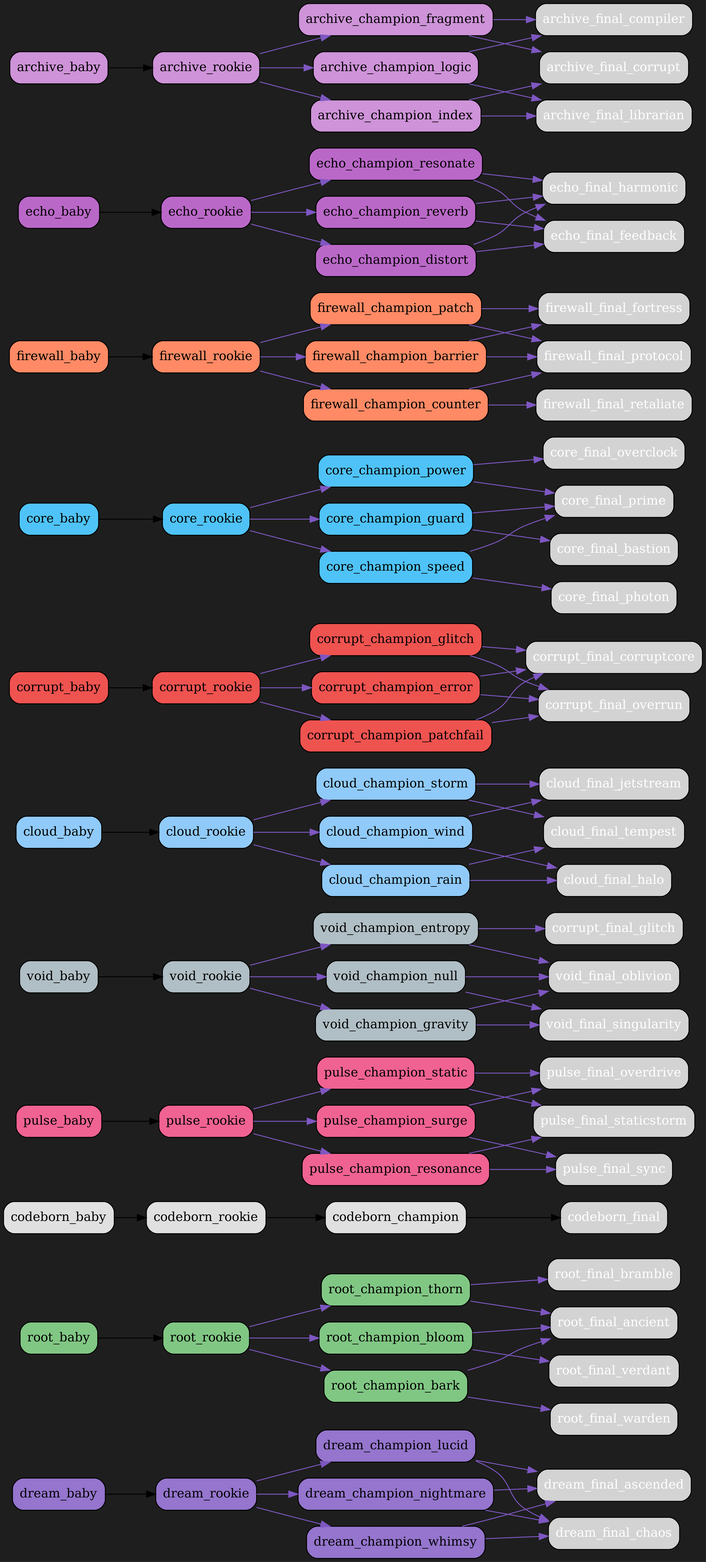
This is src/netgrid/systems/evolution/graphs/dark/evolution_graph_dark.png from bwlight/NetGrid, a Graphviz export, as it was before one commit. Its source is kept beside it as src/netgrid/systems/evolution/graphs/dark/evolution_graph_dark.dot.
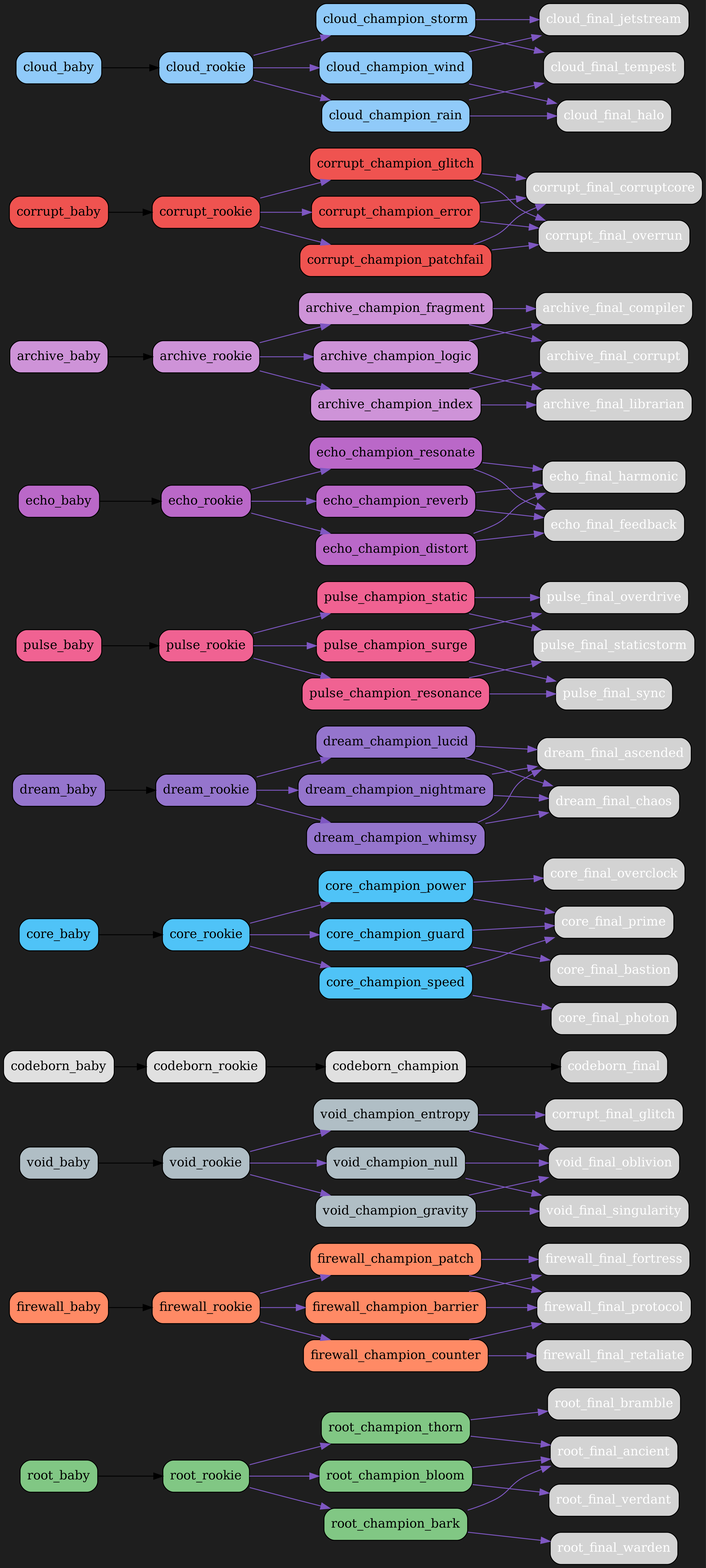
The same file after the commit.

Commit message:
Auto-update evolution graphs

The edit, as a diff of the source:
```diff
@@ -2,6 +2,72 @@
   rankdir=LR;
   bgcolor="#1e1e1e";
   node [shape=box, style="rounded,filled", fontcolor="white"];
+  "root_baby" [fillcolor="#81c784", fontcolor="black"];
+  "root_baby" -> "root_rookie";
+  "root_rookie" [fillcolor="#81c784", fontcolor="black"];
+  "root_rookie" -> "root_champion_thorn" [color="#7e57c2"];
+  "root_rookie" -> "root_champion_bloom" [color="#7e57c2"];
+  "root_rookie" -> "root_champion_bark" [color="#7e57c2"];
+  "root_champion_thorn" [fillcolor="#81c784", fontcolor="black"];
+  "root_champion_thorn" -> "root_final_bramble" [color="#7e57c2"];
+  "root_champion_thorn" -> "root_final_ancient" [color="#7e57c2"];
+  "root_champion_bloom" [fillcolor="#81c784", fontcolor="black"];
+  "root_champion_bloom" -> "root_final_ancient" [color="#7e57c2"];
+  "root_champion_bloom" -> "root_final_verdant" [color="#7e57c2"];
+  "root_champion_bark" [fillcolor="#81c784", fontcolor="black"];
+  "root_champion_bark" -> "root_final_warden" [color="#7e57c2"];
+  "root_champion_bark" -> "root_final_ancient" [color="#7e57c2"];
+  "firewall_baby" [fillcolor="#ff8a65", fontcolor="black"];
+  "firewall_baby" -> "firewall_rookie";
+  "firewall_rookie" [fillcolor="#ff8a65", fontcolor="black"];
+  "firewall_rookie" -> "firewall_champion_barrier" [color="#7e57c2"];
+  "firewall_rookie" -> "firewall_champion_counter" [color="#7e57c2"];
+  "firewall_rookie" -> "firewall_champion_patch" [color="#7e57c2"];
+  "firewall_champion_barrier" [fillcolor="#ff8a65", fontcolor="black"];
+  "firewall_champion_barrier" -> "firewall_final_fortress" [color="#7e57c2"];
+  "firewall_champion_barrier" -> "firewall_final_protocol" [color="#7e57c2"];
+  "firewall_champion_counter" [fillcolor="#ff8a65", fontcolor="black"];
+  "firewall_champion_counter" -> "firewall_final_retaliate" [color="#7e57c2"];
+  "firewall_champion_counter" -> "firewall_final_protocol" [color="#7e57c2"];
+  "firewall_champion_patch" [fillcolor="#ff8a65", fontcolor="black"];
+  "firewall_champion_patch" -> "firewall_final_protocol" [color="#7e57c2"];
+  "firewall_champion_patch" -> "firewall_final_fortress" [color="#7e57c2"];
+  "void_baby" [fillcolor="#b0bec5", fontcolor="black"];
+  "void_baby" -> "void_rookie";
+  "void_rookie" [fillcolor="#b0bec5", fontcolor="black"];
+  "void_rookie" -> "void_champion_entropy" [color="#7e57c2"];
+  "void_rookie" -> "void_champion_gravity" [color="#7e57c2"];
+  "void_rookie" -> "void_champion_null" [color="#7e57c2"];
+  "void_champion_entropy" [fillcolor="#b0bec5", fontcolor="black"];
+  "void_champion_entropy" -> "corrupt_final_glitch" [color="#7e57c2"];
+  "void_champion_entropy" -> "void_final_oblivion" [color="#7e57c2"];
+  "void_champion_gravity" [fillcolor="#b0bec5", fontcolor="black"];
+  "void_champion_gravity" -> "void_final_singularity" [color="#7e57c2"];
+  "void_champion_gravity" -> "void_final_oblivion" [color="#7e57c2"];
+  "void_champion_null" [fillcolor="#b0bec5", fontcolor="black"];
+  "void_champion_null" -> "void_final_oblivion" [color="#7e57c2"];
+  "void_champion_null" -> "void_final_singularity" [color="#7e57c2"];
+  "codeborn_baby" [fillcolor="#e0e0e0", fontcolor="black"];
+  "codeborn_baby" -> "codeborn_rookie";
+  "codeborn_rookie" [fillcolor="#e0e0e0", fontcolor="black"];
+  "codeborn_rookie" -> "codeborn_champion";
+  "codeborn_champion" [fillcolor="#e0e0e0", fontcolor="black"];
+  "codeborn_champion" -> "codeborn_final";
+  "core_baby" [fillcolor="#4fc3f7", fontcolor="black"];
+  "core_baby" -> "core_rookie";
+  "core_rookie" [fillcolor="#4fc3f7", fontcolor="black"];
+  "core_rookie" -> "core_champion_power" [color="#7e57c2"];
+  "core_rookie" -> "core_champion_guard" [color="#7e57c2"];
+  "core_rookie" -> "core_champion_speed" [color="#7e57c2"];
+  "core_champion_power" [fillcolor="#4fc3f7", fontcolor="black"];
+  "core_champion_power" -> "core_final_overclock" [color="#7e57c2"];
+  "core_champion_power" -> "core_final_prime" [color="#7e57c2"];
+  "core_champion_guard" [fillcolor="#4fc3f7", fontcolor="black"];
+  "core_champion_guard" -> "core_final_bastion" [color="#7e57c2"];
+  "core_champion_guard" -> "core_final_prime" [color="#7e57c2"];
+  "core_champion_speed" [fillcolor="#4fc3f7", fontcolor="black"];
+  "core_champion_speed" -> "core_final_photon" [color="#7e57c2"];
+  "core_champion_speed" -> "core_final_prime" [color="#7e57c2"];
   "dream_baby" [fillcolor="#9575cd", fontcolor="black"];
   "dream_baby" -> "dream_rookie";
   "dream_rookie" [fillcolor="#9575cd", fontcolor="black"];
@@ -17,27 +83,6 @@
   "dream_champion_whimsy" [fillcolor="#9575cd", fontcolor="black"];
   "dream_champion_whimsy" -> "dream_final_ascended" [color="#7e57c2"];
   "dream_champion_whimsy" -> "dream_final_chaos" [color="#7e57c2"];
-  "root_baby" [fillcolor="#81c784", fontcolor="black"];
-  "root_baby" -> "root_rookie";
-  "root_rookie" [fillcolor="#81c784", fontcolor="black"];
-  "root_rookie" -> "root_champion_thorn" [color="#7e57c2"];
-  "root_rookie" -> "root_champion_bloom" [color="#7e57c2"];
-  "root_rookie" -> "root_champion_bark" [color="#7e57c2"];
-  "root_champion_thorn" [fillcolor="#81c784", fontcolor="black"];
-  "root_champion_thorn" -> "root_final_bramble" [color="#7e57c2"];
-  "root_champion_thorn" -> "root_final_ancient" [color="#7e57c2"];
-  "root_champion_bloom" [fillcolor="#81c784", fontcolor="black"];
-  "root_champion_bloom" -> "root_final_ancient" [color="#7e57c2"];
-  "root_champion_bloom" -> "root_final_verdant" [color="#7e57c2"];
-  "root_champion_bark" [fillcolor="#81c784", fontcolor="black"];
-  "root_champion_bark" -> "root_final_warden" [color="#7e57c2"];
-  "root_champion_bark" -> "root_final_ancient" [color="#7e57c2"];
-  "codeborn_baby" [fillcolor="#e0e0e0", fontcolor="black"];
-  "codeborn_baby" -> "codeborn_rookie";
-  "codeborn_rookie" [fillcolor="#e0e0e0", fontcolor="black"];
-  "codeborn_rookie" -> "codeborn_champion";
-  "codeborn_champion" [fillcolor="#e0e0e0", fontcolor="black"];
-  "codeborn_champion" -> "codeborn_final";
   "pulse_baby" [fillcolor="#f06292", fontcolor="black"];
   "pulse_baby" -> "pulse_rookie";
   "pulse_rookie" [fillcolor="#f06292", fontcolor="black"];
@@ -53,81 +98,6 @@
   "pulse_champion_static" [fillcolor="#f06292", fontcolor="black"];
   "pulse_champion_static" -> "pulse_final_staticstorm" [color="#7e57c2"];
   "pulse_champion_static" -> "pulse_final_overdrive" [color="#7e57c2"];
-  "void_baby" [fillcolor="#b0bec5", fontcolor="black"];
-  "void_baby" -> "void_rookie";
-  "void_rookie" [fillcolor="#b0bec5", fontcolor="black"];
-  "void_rookie" -> "void_champion_entropy" [color="#7e57c2"];
-  "void_rookie" -> "void_champion_gravity" [color="#7e57c2"];
-  "void_rookie" -> "void_champion_null" [color="#7e57c2"];
-  "void_champion_entropy" [fillcolor="#b0bec5", fontcolor="black"];
-  "void_champion_entropy" -> "corrupt_final_glitch" [color="#7e57c2"];
-  "void_champion_entropy" -> "void_final_oblivion" [color="#7e57c2"];
-  "void_champion_gravity" [fillcolor="#b0bec5", fontcolor="black"];
-  "void_champion_gravity" -> "void_final_singularity" [color="#7e57c2"];
-  "void_champion_gravity" -> "void_final_oblivion" [color="#7e57c2"];
-  "void_champion_null" [fillcolor="#b0bec5", fontcolor="black"];
-  "void_champion_null" -> "void_final_oblivion" [color="#7e57c2"];
-  "void_champion_null" -> "void_final_singularity" [color="#7e57c2"];
-  "cloud_baby" [fillcolor="#90caf9", fontcolor="black"];
-  "cloud_baby" -> "cloud_rookie";
-  "cloud_rookie" [fillcolor="#90caf9", fontcolor="black"];
-  "cloud_rookie" -> "cloud_champion_wind" [color="#7e57c2"];
-  "cloud_rookie" -> "cloud_champion_rain" [color="#7e57c2"];
-  "cloud_rookie" -> "cloud_champion_storm" [color="#7e57c2"];
-  "cloud_champion_wind" [fillcolor="#90caf9", fontcolor="black"];
-  "cloud_champion_wind" -> "cloud_final_jetstream" [color="#7e57c2"];
-  "cloud_champion_wind" -> "cloud_final_halo" [color="#7e57c2"];
-  "cloud_champion_rain" [fillcolor="#90caf9", fontcolor="black"];
-  "cloud_champion_rain" -> "cloud_final_halo" [color="#7e57c2"];
-  "cloud_champion_rain" -> "cloud_final_tempest" [color="#7e57c2"];
-  "cloud_champion_storm" [fillcolor="#90caf9", fontcolor="black"];
-  "cloud_champion_storm" -> "cloud_final_tempest" [color="#7e57c2"];
-  "cloud_champion_storm" -> "cloud_final_jetstream" [color="#7e57c2"];
-  "corrupt_baby" [fillcolor="#ef5350", fontcolor="black"];
-  "corrupt_baby" -> "corrupt_rookie";
-  "corrupt_rookie" [fillcolor="#ef5350", fontcolor="black"];
-  "corrupt_rookie" -> "corrupt_champion_glitch" [color="#7e57c2"];
-  "corrupt_rookie" -> "corrupt_champion_error" [color="#7e57c2"];
-  "corrupt_rookie" -> "corrupt_champion_patchfail" [color="#7e57c2"];
-  "corrupt_champion_glitch" [fillcolor="#ef5350", fontcolor="black"];
-  "corrupt_champion_glitch" -> "corrupt_final_corruptcore" [color="#7e57c2"];
-  "corrupt_champion_glitch" -> "corrupt_final_overrun" [color="#7e57c2"];
-  "corrupt_champion_error" [fillcolor="#ef5350", fontcolor="black"];
-  "corrupt_champion_error" -> "corrupt_final_overrun" [color="#7e57c2"];
-  "corrupt_champion_error" -> "corrupt_final_corruptcore" [color="#7e57c2"];
-  "corrupt_champion_patchfail" [fillcolor="#ef5350", fontcolor="black"];
-  "corrupt_champion_patchfail" -> "corrupt_final_corruptcore" [color="#7e57c2"];
-  "corrupt_champion_patchfail" -> "corrupt_final_overrun" [color="#7e57c2"];
-  "core_baby" [fillcolor="#4fc3f7", fontcolor="black"];
-  "core_baby" -> "core_rookie";
-  "core_rookie" [fillcolor="#4fc3f7", fontcolor="black"];
-  "core_rookie" -> "core_champion_power" [color="#7e57c2"];
-  "core_rookie" -> "core_champion_guard" [color="#7e57c2"];
-  "core_rookie" -> "core_champion_speed" [color="#7e57c2"];
-  "core_champion_power" [fillcolor="#4fc3f7", fontcolor="black"];
-  "core_champion_power" -> "core_final_overclock" [color="#7e57c2"];
-  "core_champion_power" -> "core_final_prime" [color="#7e57c2"];
-  "core_champion_guard" [fillcolor="#4fc3f7", fontcolor="black"];
-  "core_champion_guard" -> "core_final_bastion" [color="#7e57c2"];
-  "core_champion_guard" -> "core_final_prime" [color="#7e57c2"];
-  "core_champion_speed" [fillcolor="#4fc3f7", fontcolor="black"];
-  "core_champion_speed" -> "core_final_photon" [color="#7e57c2"];
-  "core_champion_speed" -> "core_final_prime" [color="#7e57c2"];
-  "firewall_baby" [fillcolor="#ff8a65", fontcolor="black"];
-  "firewall_baby" -> "firewall_rookie";
-  "firewall_rookie" [fillcolor="#ff8a65", fontcolor="black"];
-  "firewall_rookie" -> "firewall_champion_barrier" [color="#7e57c2"];
-  "firewall_rookie" -> "firewall_champion_counter" [color="#7e57c2"];
-  "firewall_rookie" -> "firewall_champion_patch" [color="#7e57c2"];
-  "firewall_champion_barrier" [fillcolor="#ff8a65", fontcolor="black"];
-  "firewall_champion_barrier" -> "firewall_final_fortress" [color="#7e57c2"];
-  "firewall_champion_barrier" -> "firewall_final_protocol" [color="#7e57c2"];
-  "firewall_champion_counter" [fillcolor="#ff8a65", fontcolor="black"];
-  "firewall_champion_counter" -> "firewall_final_retaliate" [color="#7e57c2"];
-  "firewall_champion_counter" -> "firewall_final_protocol" [color="#7e57c2"];
-  "firewall_champion_patch" [fillcolor="#ff8a65", fontcolor="black"];
-  "firewall_champion_patch" -> "firewall_final_protocol" [color="#7e57c2"];
-  "firewall_champion_patch" -> "firewall_final_fortress" [color="#7e57c2"];
   "echo_baby" [fillcolor="#ba68c8", fontcolor="black"];
   "echo_baby" -> "echo_rookie";
   "echo_rookie" [fillcolor="#ba68c8", fontcolor="black"];
@@ -158,4 +128,34 @@
   "archive_champion_fragment" [fillcolor="#ce93d8", fontcolor="black"];
   "archive_champion_fragment" -> "archive_final_corrupt" [color="#7e57c2"];
   "archive_champion_fragment" -> "archive_final_compiler" [color="#7e57c2"];
+  "corrupt_baby" [fillcolor="#ef5350", fontcolor="black"];
+  "corrupt_baby" -> "corrupt_rookie";
+  "corrupt_rookie" [fillcolor="#ef5350", fontcolor="black"];
+  "corrupt_rookie" -> "corrupt_champion_glitch" [color="#7e57c2"];
+  "corrupt_rookie" -> "corrupt_champion_error" [color="#7e57c2"];
+  "corrupt_rookie" -> "corrupt_champion_patchfail" [color="#7e57c2"];
+  "corrupt_champion_glitch" [fillcolor="#ef5350", fontcolor="black"];
+  "corrupt_champion_glitch" -> "corrupt_final_corruptcore" [color="#7e57c2"];
+  "corrupt_champion_glitch" -> "corrupt_final_overrun" [color="#7e57c2"];
+  "corrupt_champion_error" [fillcolor="#ef5350", fontcolor="black"];
+  "corrupt_champion_error" -> "corrupt_final_overrun" [color="#7e57c2"];
+  "corrupt_champion_error" -> "corrupt_final_corruptcore" [color="#7e57c2"];
+  "corrupt_champion_patchfail" [fillcolor="#ef5350", fontcolor="black"];
+  "corrupt_champion_patchfail" -> "corrupt_final_corruptcore" [color="#7e57c2"];
+  "corrupt_champion_patchfail" -> "corrupt_final_overrun" [color="#7e57c2"];
+  "cloud_baby" [fillcolor="#90caf9", fontcolor="black"];
+  "cloud_baby" -> "cloud_rookie";
+  "cloud_rookie" [fillcolor="#90caf9", fontcolor="black"];
+  "cloud_rookie" -> "cloud_champion_wind" [color="#7e57c2"];
+  "cloud_rookie" -> "cloud_champion_rain" [color="#7e57c2"];
+  "cloud_rookie" -> "cloud_champion_storm" [color="#7e57c2"];
+  "cloud_champion_wind" [fillcolor="#90caf9", fontcolor="black"];
+  "cloud_champion_wind" -> "cloud_final_jetstream" [color="#7e57c2"];
+  "cloud_champion_wind" -> "cloud_final_halo" [color="#7e57c2"];
+  "cloud_champion_rain" [fillcolor="#90caf9", fontcolor="black"];
+  "cloud_champion_rain" -> "cloud_final_halo" [color="#7e57c2"];
+  "cloud_champion_rain" -> "cloud_final_tempest" [color="#7e57c2"];
+  "cloud_champion_storm" [fillcolor="#90caf9", fontcolor="black"];
+  "cloud_champion_storm" -> "cloud_final_tempest" [color="#7e57c2"];
+  "cloud_champion_storm" -> "cloud_final_jetstream" [color="#7e57c2"];
 }
```
